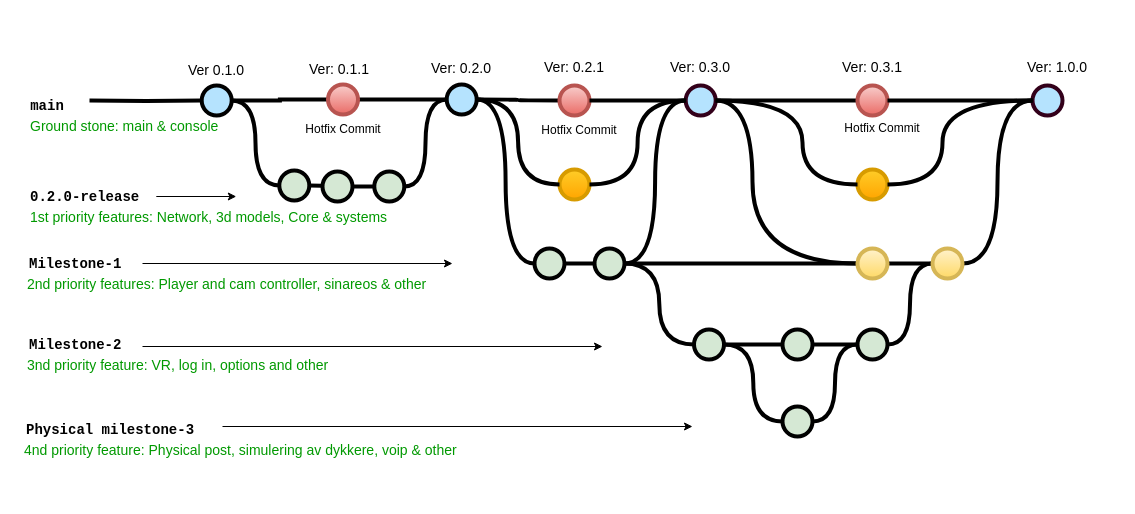
This is Documents/Archive/Milestone-diagram.drawio from Unslinga/DivingEd, a draw.io file, before an edit. Source tidied: cells renumbered, new cells numbered last; positions are measured from the earlier drawing's top-left corner, leaving out a move shared by most shapes. Both pictures are drawn from the tidied source at 100%, with x=0, y=0 at pixel (22, 56).
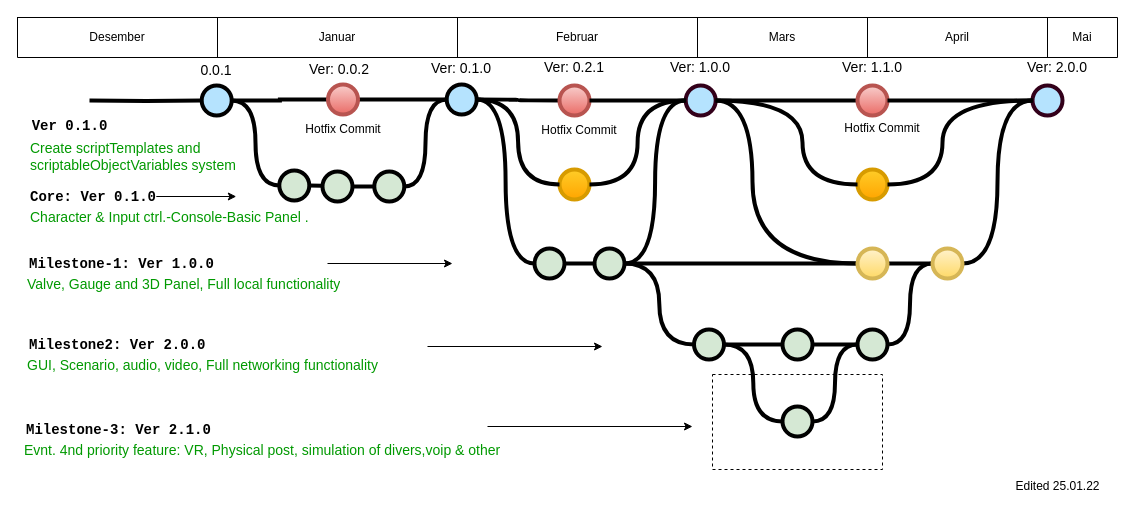
Above is the later version.

Diff of the diagram source:
```diff
@@
+    <mxCell id="74" style="rounded=0;whiteSpace=wrap;html=1;dashed=1;" parent="1" vertex="1">
+      <mxGeometry x="690" y="318" width="170" height="95" as="geometry" />
+    </mxCell>
@@
-    <mxCell id="11" value="main" style="text;html=1;strokeColor=none;fillColor=none;align=center;verticalAlign=middle;whiteSpace=wrap;overflow=hidden;fontSize=14;fontStyle=1;fontFamily=Courier New;" parent="1" vertex="1">
-      <mxGeometry y="29" width="50" height="42" as="geometry" />
+    <mxCell id="11" value="Ver 0.1.0" style="text;html=1;strokeColor=none;fillColor=none;align=center;verticalAlign=middle;whiteSpace=wrap;overflow=hidden;fontSize=14;fontStyle=1;fontFamily=Courier New;" parent="1" vertex="1">
+      <mxGeometry y="49" width="95" height="42" as="geometry" />
     </mxCell>
@@
-    <mxCell id="18" value="0.2.0-release" style="text;html=1;strokeColor=none;fillColor=none;align=left;verticalAlign=middle;whiteSpace=wrap;overflow=hidden;fontSize=14;fontStyle=1;fontFamily=Courier New;" parent="1" vertex="1">
-      <mxGeometry x="5.8" y="130" width="121.2" height="20" as="geometry" />
+    <mxCell id="18" value="Core: Ver 0.1.0" style="text;html=1;strokeColor=none;fillColor=none;align=left;verticalAlign=middle;whiteSpace=wrap;overflow=hidden;fontSize=14;fontStyle=1;fontFamily=Courier New;" parent="1" vertex="1">
+      <mxGeometry x="5.8" y="130" width="129.2" height="20" as="geometry" />
     </mxCell>
@@
-    <mxCell id="27" value="Milestone-1" style="text;html=1;strokeColor=none;fillColor=none;align=left;verticalAlign=middle;whiteSpace=wrap;overflow=hidden;fontSize=14;fontStyle=1;fontFamily=Courier New;" parent="1" vertex="1">
-      <mxGeometry x="4.8" y="197" width="95.2" height="20" as="geometry" />
+    <mxCell id="27" value="Milestone-1: Ver 1.0.0" style="text;html=1;strokeColor=none;fillColor=none;align=left;verticalAlign=middle;whiteSpace=wrap;overflow=hidden;fontSize=14;fontStyle=1;fontFamily=Courier New;" parent="1" vertex="1">
+      <mxGeometry x="4.8" y="197" width="210.2" height="20" as="geometry" />
     </mxCell>
@@
-    <mxCell id="30" value="Milestone-2" style="text;html=1;strokeColor=none;fillColor=none;align=left;verticalAlign=middle;whiteSpace=wrap;overflow=hidden;fontSize=14;fontStyle=1;fontFamily=Courier New;" parent="1" vertex="1">
-      <mxGeometry x="4.5" y="278" width="95.5" height="20" as="geometry" />
+    <mxCell id="30" value="Milestone2: Ver 2.0.0" style="text;html=1;strokeColor=none;fillColor=none;align=left;verticalAlign=middle;whiteSpace=wrap;overflow=hidden;fontSize=14;fontStyle=1;fontFamily=Courier New;" parent="1" vertex="1">
+      <mxGeometry x="4.5" y="278" width="260.5" height="20" as="geometry" />
     </mxCell>
-    <mxCell id="31" value="2nd priority features: Player and cam controller, sinareos &amp;amp; other" style="text;html=1;strokeColor=none;fillColor=none;align=left;verticalAlign=middle;whiteSpace=wrap;overflow=hidden;fontSize=14;fontStyle=0;fontColor=#009900;" parent="1" vertex="1">
+    <mxCell id="31" value="Valve, Gauge and 3D Panel, Full local functionality" style="text;html=1;strokeColor=none;fillColor=none;align=left;verticalAlign=middle;whiteSpace=wrap;overflow=hidden;fontSize=14;fontStyle=0;fontColor=#009900;" parent="1" vertex="1">
       <mxGeometry x="2.8" y="217" width="452.2" height="20" as="geometry" />
     </mxCell>
-    <mxCell id="32" value="3nd priority feature: VR, log in, options and other" style="text;html=1;strokeColor=none;fillColor=none;align=left;verticalAlign=middle;whiteSpace=wrap;overflow=hidden;fontSize=14;fontStyle=0;fontColor=#009900;" parent="1" vertex="1">
+    <mxCell id="32" value="GUI, Scenario, audio, video, Full networking functionality" style="text;html=1;strokeColor=none;fillColor=none;align=left;verticalAlign=middle;whiteSpace=wrap;overflow=hidden;fontSize=14;fontStyle=0;fontColor=#009900;" parent="1" vertex="1">
       <mxGeometry x="2.8" y="298" width="582.2" height="20" as="geometry" />
     </mxCell>
-    <mxCell id="33" value="1st priority features: Network, 3d models, Core &amp;amp; systems" style="text;html=1;strokeColor=none;fillColor=none;align=left;verticalAlign=middle;whiteSpace=wrap;overflow=hidden;fontSize=14;fontStyle=0;fontColor=#009900;" parent="1" vertex="1">
+    <mxCell id="33" value="Character &amp;amp; Input ctrl.-Console-Basic Panel ." style="text;html=1;strokeColor=none;fillColor=none;align=left;verticalAlign=middle;whiteSpace=wrap;overflow=hidden;fontSize=14;fontStyle=0;fontColor=#009900;" parent="1" vertex="1">
       <mxGeometry x="5.8" y="150" width="421.2" height="20" as="geometry" />
     </mxCell>
-    <mxCell id="34" value="Ground stone: main &amp;amp; console" style="text;html=1;strokeColor=none;fillColor=none;align=left;verticalAlign=middle;whiteSpace=wrap;overflow=hidden;fontSize=14;fontStyle=0;fontColor=#009900;" parent="1" vertex="1">
-      <mxGeometry x="5.8" y="59" width="199.8" height="20" as="geometry" />
+    <mxCell id="34" value="Create scriptTemplates and scriptableObjectVariables system" style="text;html=1;strokeColor=none;fillColor=none;align=left;verticalAlign=middle;whiteSpace=wrap;overflow=hidden;fontSize=14;fontStyle=0;fontColor=#009900;" parent="1" vertex="1">
+      <mxGeometry x="5.8" y="79" width="209.2" height="41" as="geometry" />
     </mxCell>
     <mxCell id="35" style="endArrow=classic;html=1;strokeWidth=1;fontFamily=Courier New;fontColor=#009900;" parent="1" edge="1">
       <mxGeometry relative="1" as="geometry">
-        <mxPoint x="120" y="290" as="sourcePoint" />
+        <mxPoint x="405" y="290" as="sourcePoint" />
         <mxPoint x="580" y="290" as="targetPoint" />
       </mxGeometry>
     </mxCell>
     <mxCell id="36" style="endArrow=classic;html=1;strokeWidth=1;fontFamily=Courier New;fontColor=#009900;" parent="1" edge="1">
       <mxGeometry relative="1" as="geometry">
-        <mxPoint x="120" y="207" as="sourcePoint" />
+        <mxPoint x="305" y="207" as="sourcePoint" />
         <mxPoint x="430" y="207" as="targetPoint" />
       </mxGeometry>
     </mxCell>
@@
-    <mxCell id="38" value="Ver 0.1.0" style="text;html=1;strokeColor=none;fillColor=none;align=center;verticalAlign=middle;whiteSpace=wrap;overflow=hidden;fontSize=14;" parent="1" vertex="1">
+    <mxCell id="38" value="0.0.1" style="text;html=1;strokeColor=none;fillColor=none;align=center;verticalAlign=middle;whiteSpace=wrap;overflow=hidden;fontSize=14;" parent="1" vertex="1">
       <mxGeometry x="159.2" y="3" width="70" height="20" as="geometry" />
     </mxCell>
@@
-    <mxCell id="43" value="Ver: 0.2.0" style="text;html=1;strokeColor=none;fillColor=none;align=center;verticalAlign=middle;whiteSpace=wrap;overflow=hidden;fontSize=14;" parent="1" vertex="1">
+    <mxCell id="43" value="Ver: 0.1.0" style="text;html=1;strokeColor=none;fillColor=none;align=center;verticalAlign=middle;whiteSpace=wrap;overflow=hidden;fontSize=14;" parent="1" vertex="1">
       <mxGeometry x="384.2" y="1" width="110" height="20" as="geometry" />
     </mxCell>
@@
-    <mxCell id="46" value="Ver: 0.1.1" style="text;html=1;strokeColor=none;fillColor=none;align=center;verticalAlign=middle;whiteSpace=wrap;overflow=hidden;fontSize=14;" parent="1" vertex="1">
+    <mxCell id="46" value="Ver: 0.0.2" style="text;html=1;strokeColor=none;fillColor=none;align=center;verticalAlign=middle;whiteSpace=wrap;overflow=hidden;fontSize=14;" parent="1" vertex="1">
       <mxGeometry x="281.8" y="2" width="70" height="20" as="geometry" />
     </mxCell>
@@
-    <mxCell id="54" value="Ver: 0.3.0" style="text;html=1;strokeColor=none;fillColor=none;align=center;verticalAlign=middle;whiteSpace=wrap;overflow=hidden;fontSize=14;" parent="1" vertex="1">
+    <mxCell id="54" value="Ver: 1.0.0" style="text;html=1;strokeColor=none;fillColor=none;align=center;verticalAlign=middle;whiteSpace=wrap;overflow=hidden;fontSize=14;" parent="1" vertex="1">
       <mxGeometry x="623.2" width="110" height="20" as="geometry" />
     </mxCell>
-    <mxCell id="55" value="Ver: 1.0.0" style="text;html=1;strokeColor=none;fillColor=none;align=center;verticalAlign=middle;whiteSpace=wrap;overflow=hidden;fontSize=14;" parent="1" vertex="1">
+    <mxCell id="55" value="Ver: 2.0.0" style="text;html=1;strokeColor=none;fillColor=none;align=center;verticalAlign=middle;whiteSpace=wrap;overflow=hidden;fontSize=14;" parent="1" vertex="1">
       <mxGeometry x="980" width="110" height="20" as="geometry" />
     </mxCell>
-    <mxCell id="56" value="Physical milestone-3" style="text;html=1;strokeColor=none;fillColor=none;align=left;verticalAlign=middle;whiteSpace=wrap;overflow=hidden;fontSize=14;fontStyle=1;fontFamily=Courier New;" parent="1" vertex="1">
+    <mxCell id="56" value="Milestone-3: Ver 2.1.0" style="text;html=1;strokeColor=none;fillColor=none;align=left;verticalAlign=middle;whiteSpace=wrap;overflow=hidden;fontSize=14;fontStyle=1;fontFamily=Courier New;" parent="1" vertex="1">
       <mxGeometry x="1.8" y="363" width="240" height="20" as="geometry" />
     </mxCell>
-    <mxCell id="57" value="4nd priority feature: Physical post, simulering av dykkere, voip &amp;amp; other" style="text;html=1;strokeColor=none;fillColor=none;align=left;verticalAlign=middle;whiteSpace=wrap;overflow=hidden;fontSize=14;fontStyle=0;fontColor=#009900;" parent="1" vertex="1">
-      <mxGeometry y="383" width="465" height="20" as="geometry" />
+    <mxCell id="57" value="Evnt. 4nd priority feature: VR, Physical post, simulation of divers,voip &amp;amp; other" style="text;html=1;strokeColor=none;fillColor=none;align=left;verticalAlign=middle;whiteSpace=wrap;overflow=hidden;fontSize=14;fontStyle=0;fontColor=#009900;" parent="1" vertex="1">
+      <mxGeometry y="383" width="525" height="20" as="geometry" />
     </mxCell>
     <mxCell id="58" style="endArrow=classic;html=1;strokeWidth=1;fontFamily=Courier New;fontColor=#009900;" parent="1" edge="1">
       <mxGeometry relative="1" as="geometry">
-        <mxPoint x="200" y="370" as="sourcePoint" />
+        <mxPoint x="465" y="370" as="sourcePoint" />
         <mxPoint x="670" y="370" as="targetPoint" />
       </mxGeometry>
     </mxCell>
@@
-    <mxCell id="67" value="Ver: 0.3.1" style="text;html=1;strokeColor=none;fillColor=none;align=center;verticalAlign=middle;whiteSpace=wrap;overflow=hidden;fontSize=14;" parent="1" vertex="1">
+    <mxCell id="67" value="Ver: 1.1.0" style="text;html=1;strokeColor=none;fillColor=none;align=center;verticalAlign=middle;whiteSpace=wrap;overflow=hidden;fontSize=14;" parent="1" vertex="1">
       <mxGeometry x="815" width="70" height="20" as="geometry" />
     </mxCell>
@@
+    <mxCell id="75" style="shape=table;startSize=0;childLayout=tableLayout;" parent="1" vertex="1">
+      <mxGeometry x="-5" y="-39" width="1100" height="40" as="geometry" />
+    </mxCell>
+    <mxCell id="76" style="shape=partialRectangle;fillColor=none;top=0;left=0;bottom=0;right=0;" parent="75" vertex="1">
+      <mxGeometry width="1100" height="40" as="geometry" />
+    </mxCell>
+    <mxCell id="77" value="Desember" style="shape=partialRectangle;html=1;whiteSpace=wrap;overflow=hidden;fillColor=none;top=0;left=0;bottom=0;right=0;" parent="76" vertex="1">
+      <mxGeometry width="200" height="40" as="geometry" />
+    </mxCell>
+    <mxCell id="78" value="Januar" style="shape=partialRectangle;html=1;whiteSpace=wrap;overflow=hidden;fillColor=none;top=0;left=0;bottom=0;right=0;" parent="76" vertex="1">
+      <mxGeometry x="200" width="240" height="40" as="geometry" />
+    </mxCell>
+    <mxCell id="79" value="Februar" style="shape=partialRectangle;html=1;whiteSpace=wrap;overflow=hidden;fillColor=none;top=0;left=0;bottom=0;right=0;" parent="76" vertex="1">
+      <mxGeometry x="440" width="240" height="40" as="geometry" />
+    </mxCell>
+    <mxCell id="80" value="Mars" style="shape=partialRectangle;html=1;whiteSpace=wrap;overflow=hidden;fillColor=none;top=0;left=0;bottom=0;right=0;" parent="76" vertex="1">
+      <mxGeometry x="680" width="170" height="40" as="geometry" />
+    </mxCell>
+    <mxCell id="81" value="April" style="shape=partialRectangle;html=1;whiteSpace=wrap;overflow=hidden;fillColor=none;top=0;left=0;bottom=0;right=0;" parent="76" vertex="1">
+      <mxGeometry x="850" width="180" height="40" as="geometry" />
+    </mxCell>
+    <mxCell id="82" value="Mai" style="shape=partialRectangle;html=1;whiteSpace=wrap;overflow=hidden;fillColor=none;top=0;left=0;bottom=0;right=0;" parent="76" vertex="1">
+      <mxGeometry x="1030" width="70" height="40" as="geometry" />
+    </mxCell>
+    <mxCell id="83" value="Edited 25.01.22" style="text;html=1;align=center;verticalAlign=middle;strokeColor=none;" parent="1" vertex="1">
+      <mxGeometry x="985" y="420" width="100" height="20" as="geometry" />
+    </mxCell>
```
